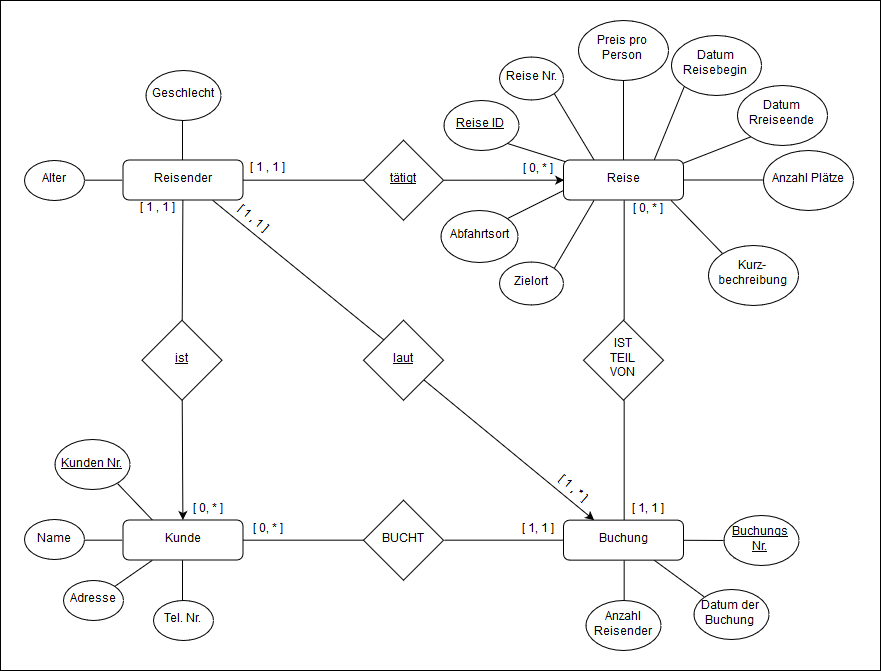
Before: ER-Diagramme/2_Aufgabe_3.png, a diagram exported from draw.io (Elbougen/Datenbanksysteme-1_WiSe1819). Source tidied: cells renumbered, new cells last; positions are measured from the earlier drawing's top-left corner, leaving out a move shared by most shapes.
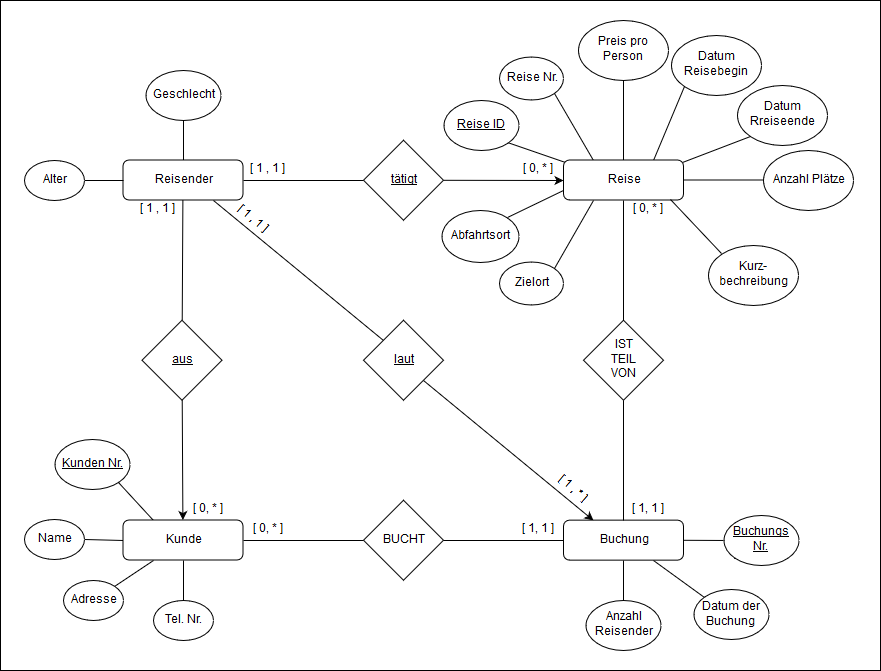
Above is the later version.

Commit message:
update Praktikum 2 / Aufgabe 3

The edit, as a diff of the source:
```diff
@@ -98,7 +98,7 @@
     <mxCell id="33" style="edgeStyle=none;rounded=0;html=1;endArrow=classic;endFill=1;jettySize=auto;" parent="1" edge="1" source="34" target="39">
       <mxGeometry relative="1" as="geometry" />
     </mxCell>
-    <mxCell id="34" value="&lt;u&gt;ist&lt;/u&gt;" style="rhombus;whiteSpace=wrap;html=1;" parent="1" vertex="1">
+    <mxCell id="34" value="&lt;u&gt;aus&lt;/u&gt;" style="rhombus;whiteSpace=wrap;html=1;" parent="1" vertex="1">
       <mxGeometry x="141.5" y="319.7" width="80" height="80" as="geometry" />
     </mxCell>
     <mxCell id="35" style="edgeStyle=none;rounded=0;html=1;exitX=0;exitY=0;entryX=0.75;entryY=1;endArrow=none;endFill=0;jettySize=auto;" parent="1" edge="1" source="37" target="32">
```
